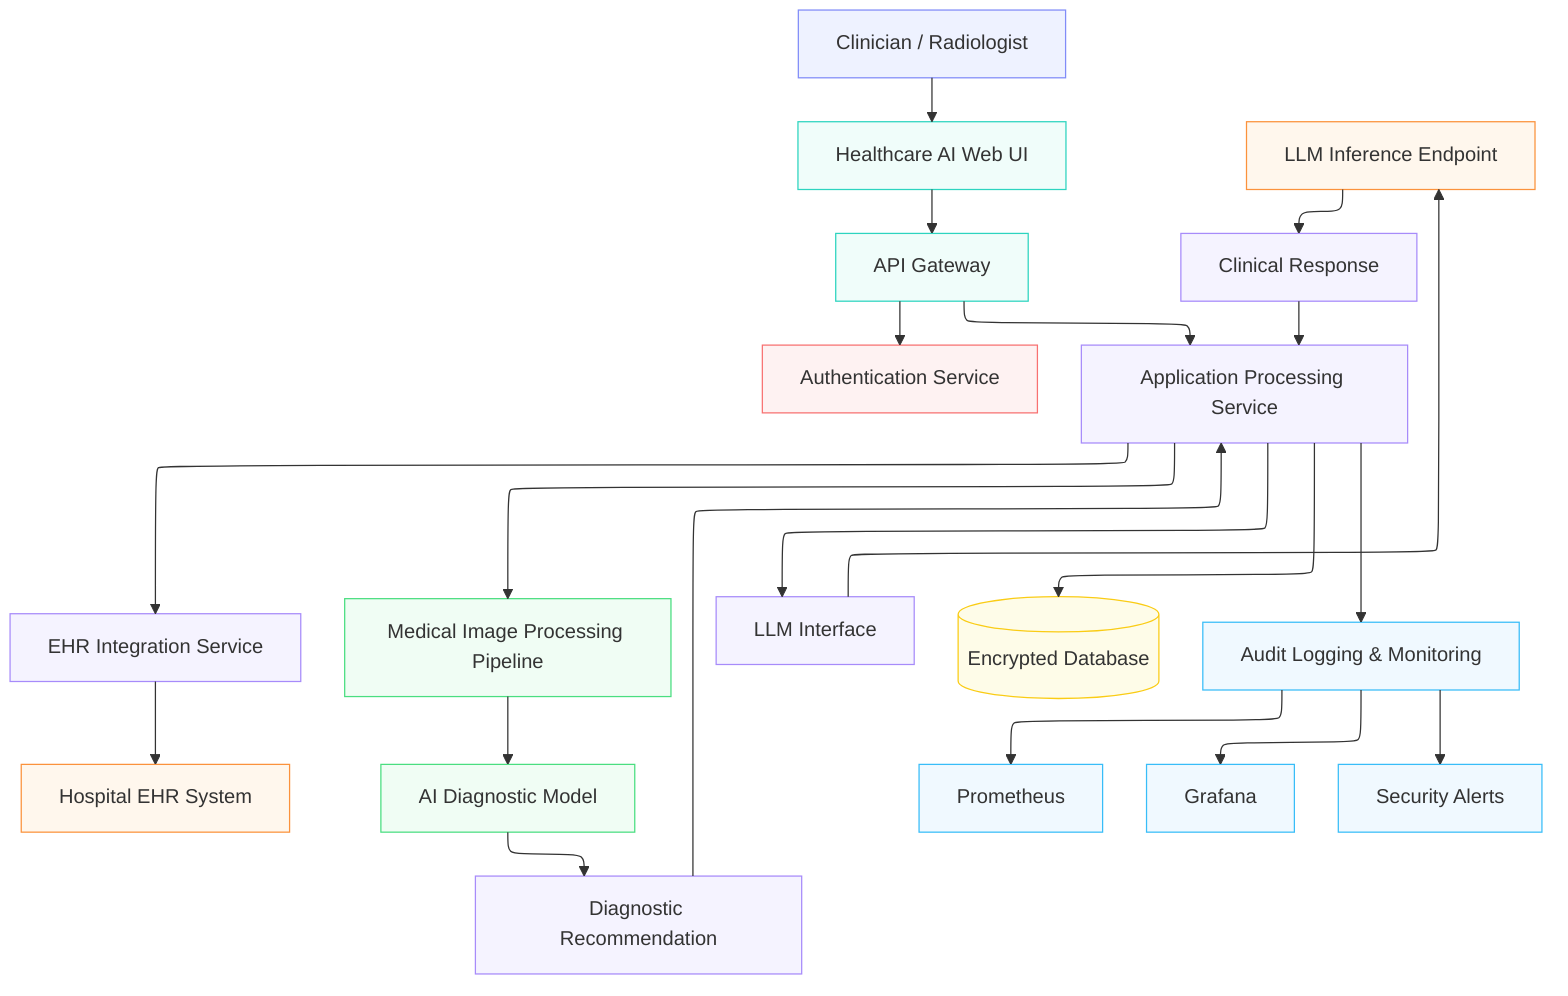
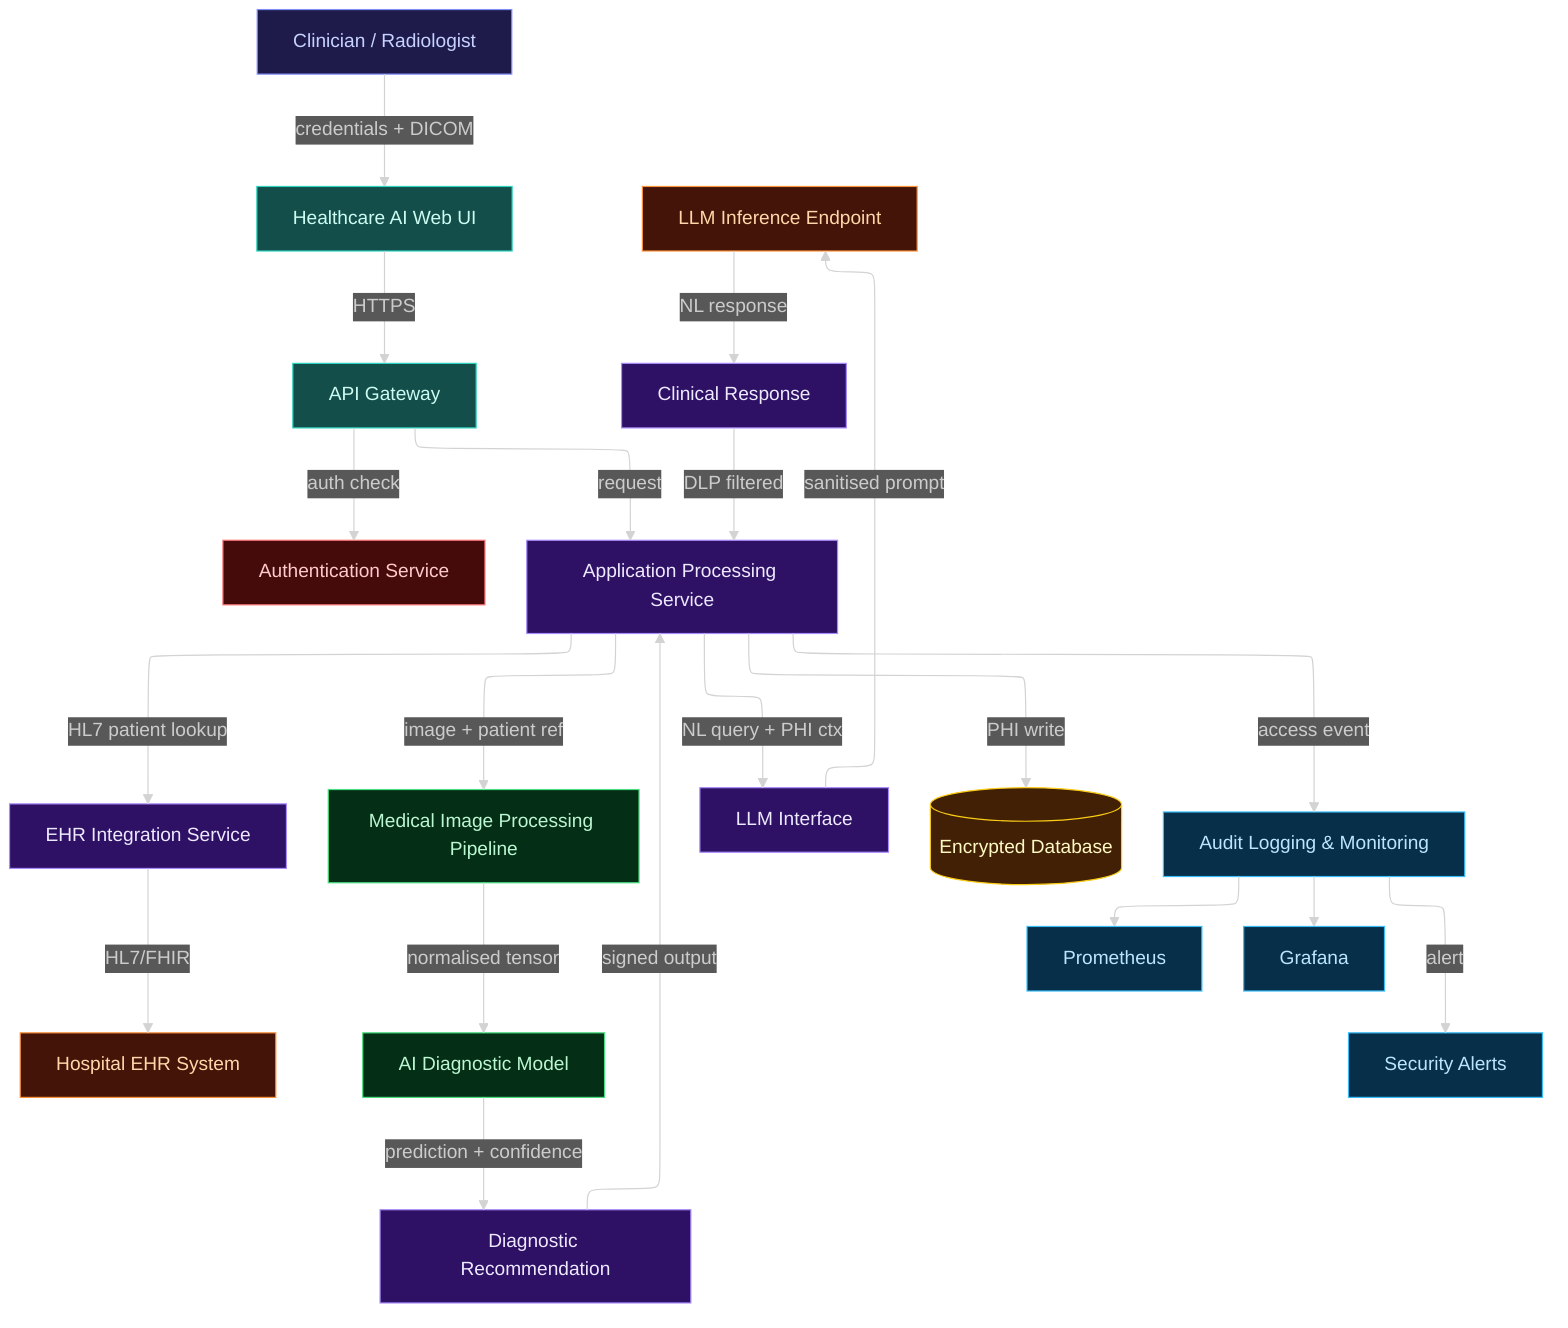
---
config:
  layout: elk
+   theme: dark
---
flowchart TD
    Clinician[Clinician / Radiologist]
    WebUI[Healthcare AI Web UI]
    APIGateway[API Gateway]
    AuthService[Authentication Service]
    AppService[Application Processing Service]
    EHRService[EHR Integration Service]
    EHRSystem[Hospital EHR System]
    ImagePipeline[Medical Image Processing Pipeline]
    DiagModel[AI Diagnostic Model]
    LLMInterface[LLM Interface]
    LLMEndpoint[LLM Inference Endpoint]
    DiagRec[Diagnostic Recommendation]
    ClinicalResp[Clinical Response]
    Database[(Encrypted Database)]
    Audit[Audit Logging & Monitoring]
    Prometheus[Prometheus]
    Grafana[Grafana]
    SecurityAlerts[Security Alerts]

-     Clinician --> WebUI
-     WebUI --> APIGateway
-     APIGateway --> AuthService
-     APIGateway --> AppService
-     AppService --> EHRService
-     EHRService --> EHRSystem
-     AppService --> ImagePipeline
-     ImagePipeline --> DiagModel
-     AppService --> LLMInterface
-     LLMInterface --> LLMEndpoint
-     DiagModel --> DiagRec
-     LLMEndpoint --> ClinicalResp
-     DiagRec --> AppService
-     ClinicalResp --> AppService
-     AppService --> Database
-     AppService --> Audit
+     Clinician -->|credentials + DICOM| WebUI
+     WebUI -->|HTTPS| APIGateway
+     APIGateway -->|auth check| AuthService
+     APIGateway -->|request| AppService
+     AppService -->|HL7 patient lookup| EHRService
+     EHRService -->|HL7/FHIR| EHRSystem
+     AppService -->|image + patient ref| ImagePipeline
+     ImagePipeline -->|normalised tensor| DiagModel
+     AppService -->|NL query + PHI ctx| LLMInterface
+     LLMInterface -->|sanitised prompt| LLMEndpoint
+     DiagModel -->|prediction + confidence| DiagRec
+     LLMEndpoint -->|NL response| ClinicalResp
+     DiagRec -->|signed output| AppService
+     ClinicalResp -->|DLP filtered| AppService
+     AppService -->|PHI write| Database
+     AppService -->|access event| Audit
    Audit --> Prometheus
    Audit --> Grafana
-     Audit --> SecurityAlerts
+     Audit -->|alert| SecurityAlerts

-     classDef userRole stroke:#818cf8,fill:#eef2ff
-     classDef interface stroke:#2dd4bf,fill:#f0fdfa
-     classDef security stroke:#f87171,fill:#fef2f2
-     classDef service stroke:#a78bfa,fill:#f5f3ff
-     classDef external stroke:#fb923c,fill:#fff7ed
-     classDef ml stroke:#4ade80,fill:#f0fdf4
-     classDef storage stroke:#facc15,fill:#fefce8
-     classDef monitoring stroke:#38bdf8,fill:#f0f9ff
+     classDef userRole    stroke:#818cf8,fill:#1e1b4b,color:#c7d2fe
+     classDef interface   stroke:#2dd4bf,fill:#134e4a,color:#ccfbf1
+     classDef security    stroke:#f87171,fill:#450a0a,color:#fecaca
+     classDef service     stroke:#a78bfa,fill:#2e1065,color:#ede9fe
+     classDef external    stroke:#fb923c,fill:#431407,color:#fed7aa
+     classDef ml          stroke:#4ade80,fill:#052e16,color:#bbf7d0
+     classDef storage     stroke:#facc15,fill:#422006,color:#fef9c3
+     classDef monitoring  stroke:#38bdf8,fill:#082f49,color:#bae6fd

    class Clinician userRole
-     class WebUI interface
-     class APIGateway interface
+     class WebUI,APIGateway interface
    class AuthService security
-     class AppService service
-     class EHRService service
-     class ImagePipeline ml
-     class DiagModel ml
-     class LLMInterface service
-     class DiagRec,ClinicalResp service
+     class AppService,EHRService,LLMInterface,DiagRec,ClinicalResp service
    class EHRSystem,LLMEndpoint external
+     class ImagePipeline,DiagModel ml
    class Database storage
-     class Audit,Prometheus,Grafana,SecurityAlerts monitoring+     class Audit,Prometheus,Grafana,SecurityAlerts monitoring
